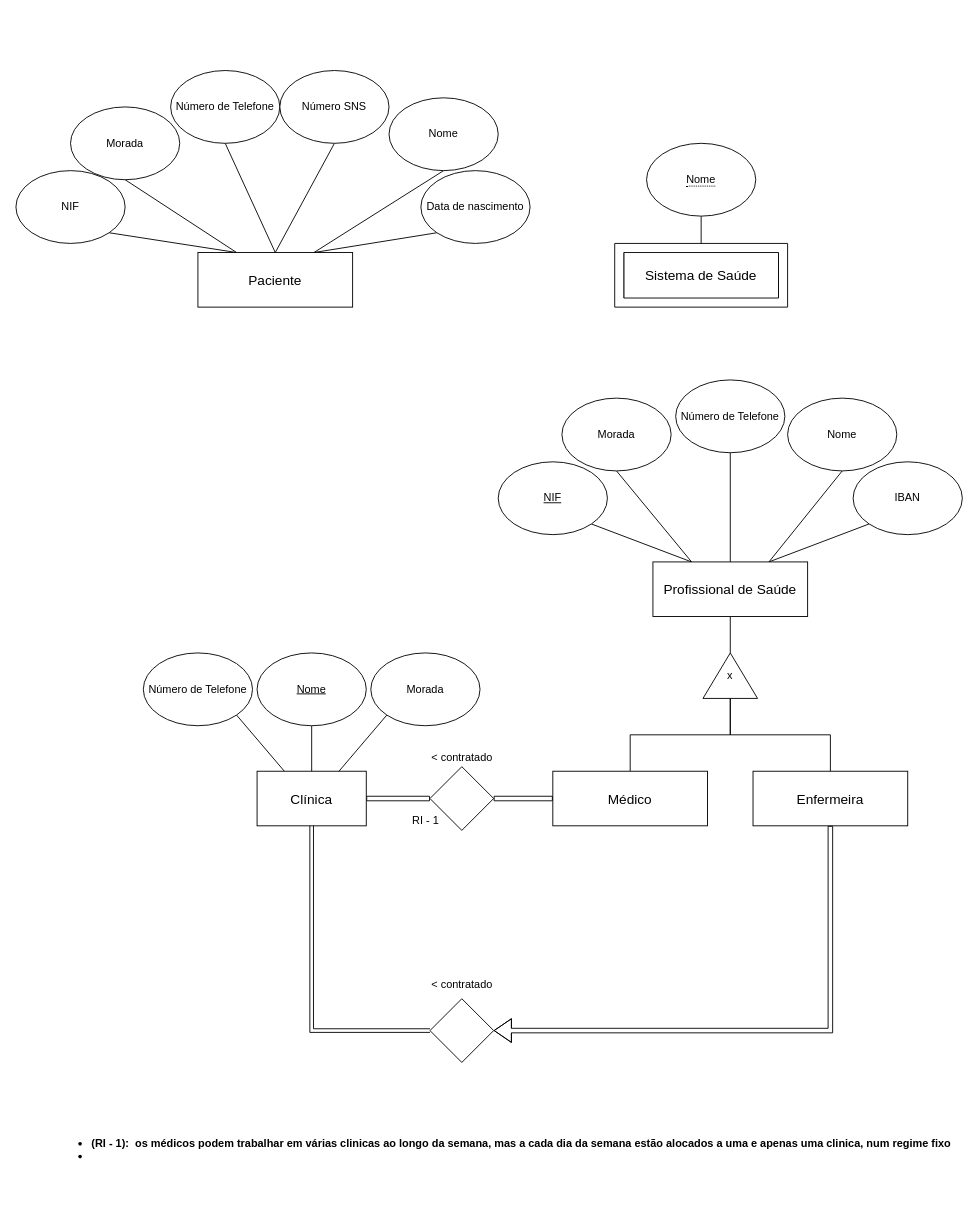
Above: page "Page-1" (1 of 2) of diagrams/modelo_EA.drawio in Zane-dev16/BD-projeto-E1 (draw.io), before the change. Source tidied: cells renumbered, new cells numbered last; positions are measured from the earlier drawing's top-left corner, leaving out a move shared by most shapes. Both pictures are drawn from the tidied source at 91%, with x=0, y=0 at pixel (15, 70).
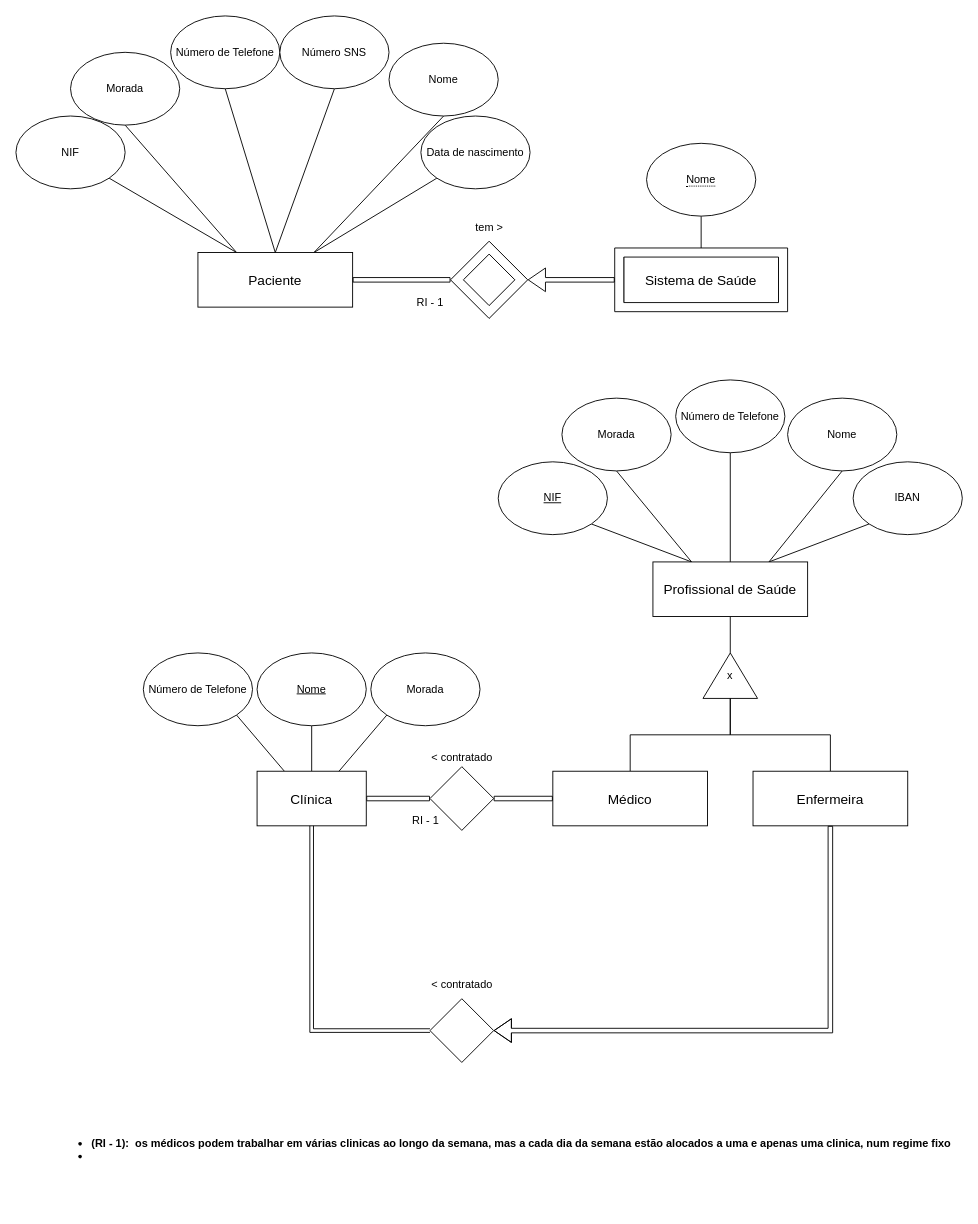
After the change.

Commit message:
Make entidade fraca relationship

Unchanged cells that the change refers to:
```xml
<mxCell id="41" value="&lt;span style=&quot;font-size: 15px;&quot;&gt;Paciente&lt;/span&gt;" style="rounded=0;whiteSpace=wrap;html=1;labelBackgroundColor=none;" parent="1" vertex="1">
  <mxGeometry x="200" y="200" width="170" height="60" as="geometry" />
</mxCell>
```

Diff of the diagram source:
```diff
@@
     <mxCell id="42" value="NIF" style="ellipse;whiteSpace=wrap;html=1;labelBackgroundColor=none;" parent="1" vertex="1">
-      <mxGeometry y="110" width="120" height="80" as="geometry" />
+      <mxGeometry y="50" width="120" height="80" as="geometry" />
     </mxCell>
     <mxCell id="43" value="Morada" style="ellipse;whiteSpace=wrap;html=1;labelBackgroundColor=none;" parent="1" vertex="1">
-      <mxGeometry x="60" y="40" width="120" height="80" as="geometry" />
+      <mxGeometry x="60" y="-20" width="120" height="80" as="geometry" />
     </mxCell>
     <mxCell id="44" value="Número de Telefone" style="ellipse;whiteSpace=wrap;html=1;labelBackgroundColor=none;" parent="1" vertex="1">
-      <mxGeometry x="170" width="120" height="80" as="geometry" />
+      <mxGeometry x="170" y="-60" width="120" height="80" as="geometry" />
     </mxCell>
     <mxCell id="45" value="Nome" style="ellipse;whiteSpace=wrap;html=1;labelBackgroundColor=none;" parent="1" vertex="1">
-      <mxGeometry x="410" y="30" width="120" height="80" as="geometry" />
+      <mxGeometry x="410" y="-30" width="120" height="80" as="geometry" />
     </mxCell>
     <mxCell id="46" value="Data de nascimento" style="ellipse;whiteSpace=wrap;html=1;labelBackgroundColor=none;" parent="1" vertex="1">
-      <mxGeometry x="445" y="110" width="120" height="80" as="geometry" />
+      <mxGeometry x="445" y="50" width="120" height="80" as="geometry" />
     </mxCell>
@@
     <mxCell id="48" value="Número SNS" style="ellipse;whiteSpace=wrap;html=1;labelBackgroundColor=none;" parent="1" vertex="1">
-      <mxGeometry x="290" width="120" height="80" as="geometry" />
+      <mxGeometry x="290" y="-60" width="120" height="80" as="geometry" />
     </mxCell>
     <mxCell id="49" value="&lt;span style=&quot;font-size: 15px;&quot;&gt;Sistema de Saúde&lt;/span&gt;" style="rounded=0;whiteSpace=wrap;html=1;perimeterSpacing=0;glass=0;shadow=0;labelBackgroundColor=none;" parent="1" vertex="1">
-      <mxGeometry x="668" y="195" width="170" height="60" as="geometry" />
+      <mxGeometry x="668" y="200" width="170" height="60" as="geometry" />
     </mxCell>
@@
     <mxCell id="52" style="verticalLabelPosition=bottom;verticalAlign=top;html=1;shape=mxgraph.basic.frame;dx=10;whiteSpace=wrap;labelBackgroundColor=none;" parent="1" vertex="1">
-      <mxGeometry x="658" y="190" width="190" height="70" as="geometry" />
+      <mxGeometry x="658" y="195" width="190" height="70" as="geometry" />
     </mxCell>
+    <mxCell id="53" style="edgeStyle=orthogonalEdgeStyle;rounded=0;jettySize=auto;html=1;exitX=1;exitY=0.5;exitDx=0;exitDy=0;endArrow=none;endFill=0;startArrow=none;startFill=0;shape=flexArrow;width=5;endSize=7.5;labelBackgroundColor=none;fontColor=default;entryX=0;entryY=1;entryDx=0;entryDy=0;entryPerimeter=0;" parent="1" edge="1" source="41" target="57">
+      <mxGeometry relative="1" as="geometry" />
+    </mxCell>
+    <mxCell id="54" style="edgeStyle=orthogonalEdgeStyle;rounded=0;jettySize=auto;html=1;endArrow=none;endFill=0;startArrow=block;startFill=0;shape=flexArrow;width=5;endSize=7.5;entryX=0;entryY=0.5;entryDx=0;entryDy=0;labelBackgroundColor=none;fontColor=default;entryPerimeter=0;exitX=1;exitY=0;exitDx=0;exitDy=0;exitPerimeter=0;" parent="1" edge="1" source="57" target="52">
+      <mxGeometry relative="1" as="geometry" />
+    </mxCell>
+    <mxCell id="55" value="tem &amp;gt;&lt;div&gt;&lt;br&gt;&lt;/div&gt;" style="text;html=1;align=center;verticalAlign=middle;strokeColor=none;fillColor=none;labelBackgroundColor=none;" parent="1" vertex="1">
+      <mxGeometry x="495" y="160" width="50" height="40" as="geometry" />
+    </mxCell>
+    <mxCell id="56" value="RI - 1" style="text;html=1;align=center;verticalAlign=middle;strokeColor=none;fillColor=none;labelBackgroundColor=none;" parent="1" vertex="1">
+      <mxGeometry x="430" y="240" width="50" height="30" as="geometry" />
+    </mxCell>
+    <mxCell id="57" style="verticalLabelPosition=bottom;verticalAlign=top;html=1;shape=mxgraph.basic.frame;dx=10;whiteSpace=wrap;labelBackgroundColor=none;rotation=45;" parent="1" vertex="1">
+      <mxGeometry x="490" y="200" width="60" height="60" as="geometry" />
+    </mxCell>
```
